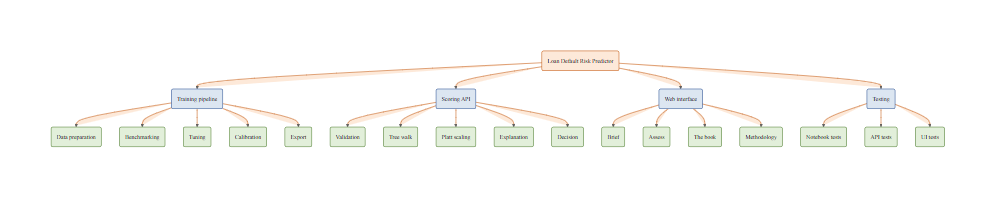
This is report/assets/figures/fig-3-2-modules.png from gursimrannkaurr/credoscore, a Mermaid export, as it was before one commit. Its source is kept beside it as report/diagrams/fig-3-2-modules.mmd.
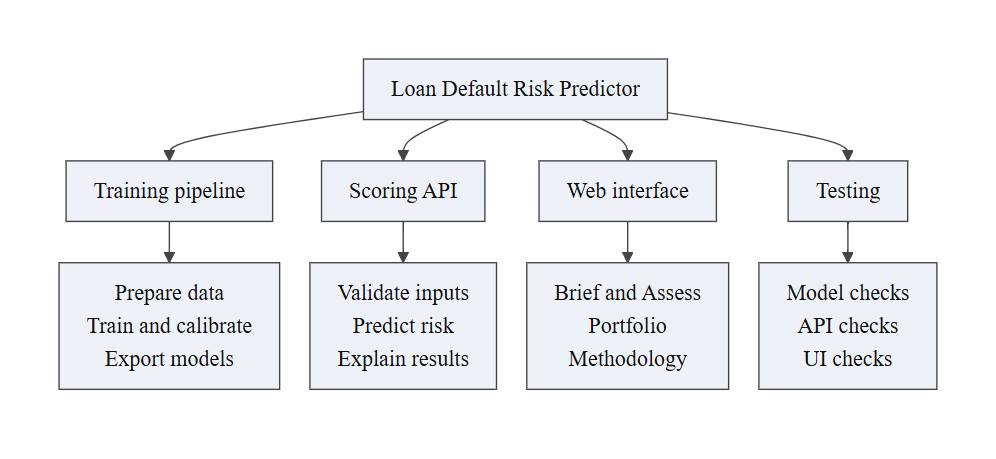
After the change.

Change to the diagram source:
```diff
@@ -1,35 +1,10 @@
 flowchart TB
-    SYS("Loan Default Risk Predictor")
-
-    SYS --> TRAIN("Training pipeline")
-    TRAIN --> T1("Data preparation")
-    TRAIN --> T2("Benchmarking")
-    TRAIN --> T3("Tuning")
-    TRAIN --> T4("Calibration")
-    TRAIN --> T5("Export")
-
-    SYS --> API("Scoring API")
-    API --> A1("Validation")
-    API --> A2("Tree walk")
-    API --> A3("Platt scaling")
-    API --> A4("Explanation")
-    API --> A5("Decision")
-
-    SYS --> WEB("Web interface")
-    WEB --> W1("Brief")
-    WEB --> W2("Assess")
-    WEB --> W3("The book")
-    WEB --> W4("Methodology")
-
-    SYS --> TEST("Testing")
-    TEST --> X1("Notebook tests")
-    TEST --> X2("API tests")
-    TEST --> X3("UI tests")
-
-    classDef root fill:#FDE9D9,stroke:#C55A11,stroke-width:1.5px;
-    classDef mid fill:#DCE6F1,stroke:#2F5597,stroke-width:1.5px;
-    classDef leaf fill:#E2EFDA,stroke:#548235,stroke-width:1.5px;
-
-    class SYS root
-    class TRAIN,API,WEB,TEST mid
-    class T1,T2,T3,T4,T5,A1,A2,A3,A4,A5,W1,W2,W3,W4,X1,X2,X3 leaf
+ S[Loan Default Risk Predictor]
+ S --- T[Training pipeline]
+ S --- A[Scoring API]
+ S --- W[Web interface]
+ S --- Q[Testing]
+ T --- T1[Prepare data<br/>Train and calibrate<br/>Export models]
+ A --- A1[Validate inputs<br/>Predict risk<br/>Explain results]
+ W --- W1[Brief and Assess<br/>Portfolio<br/>Methodology]
+ Q --- Q1[Model checks<br/>API checks<br/>UI checks]
```
